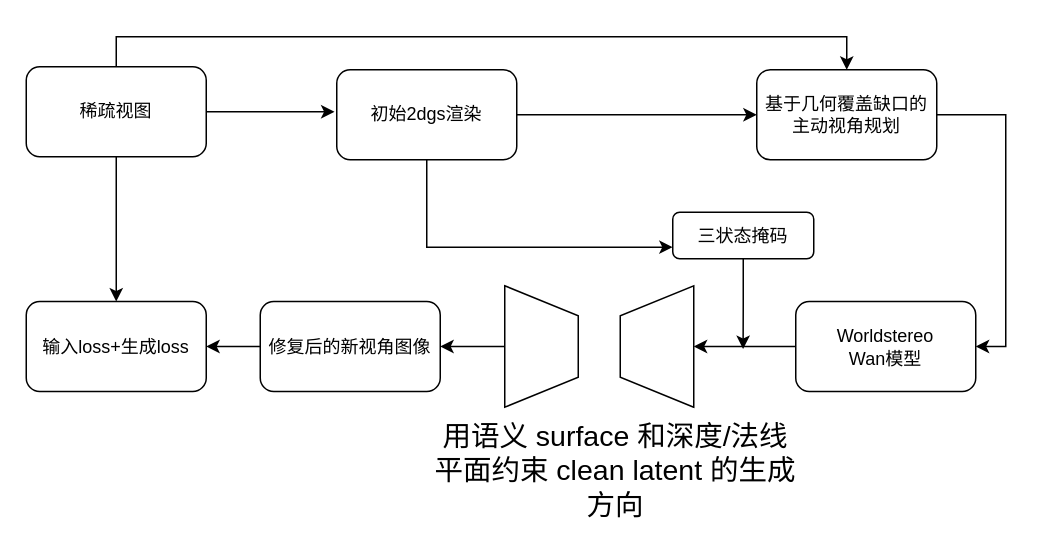
The draw.io diagram pipelineICLR.drawio in zzcPeace/draw.io, before the edit. Source tidied: cells renumbered, new cells numbered last; positions are measured from the earlier drawing's top-left corner, leaving out a move shared by most shapes. Both pictures are drawn from the tidied source at 150%, with x=0, y=0 at pixel (26, 66).
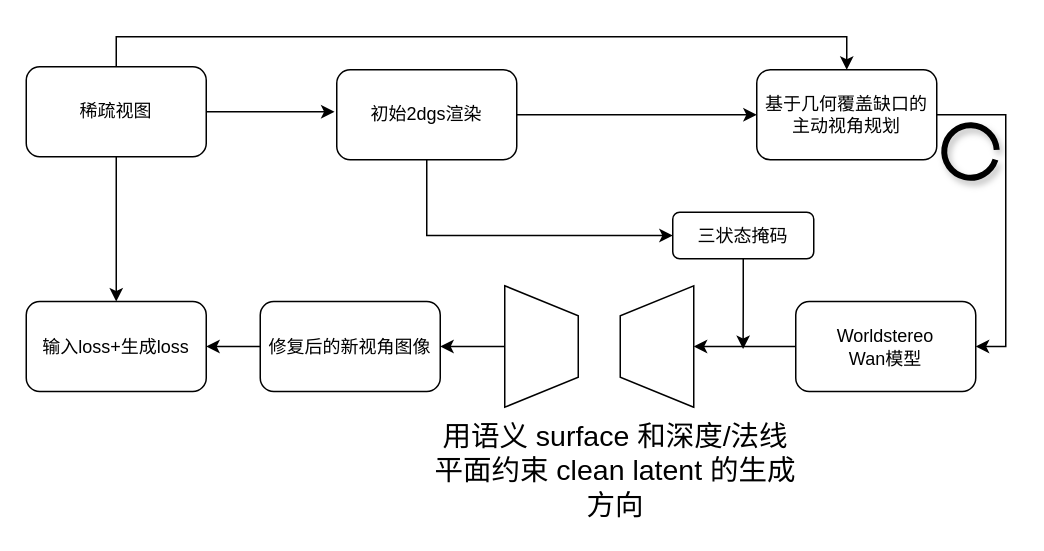
The same diagram, later.

The change refers to these unchanged cells:
```xml
<mxCell id="8" value="初始2dgs渲染" style="rounded=1;whiteSpace=wrap;html=1;" parent="1" vertex="1">
  <mxGeometry x="207" y="2" width="120" height="60" as="geometry" />
</mxCell>
<mxCell id="20" value="三状态掩码" style="rounded=1;whiteSpace=wrap;html=1;" parent="1" vertex="1">
  <mxGeometry x="431" y="97" width="94" height="31" as="geometry" />
</mxCell>
```

What changed in the source:
```diff
@@
-    <mxCell id="7" style="edgeStyle=orthogonalEdgeStyle;rounded=0;jettySize=auto;html=1;exitX=0.5;exitY=1;exitDx=0;exitDy=0;entryX=0;entryY=0.75;entryDx=0;entryDy=0;" parent="1" edge="1" source="8" target="20">
+    <mxCell id="7" style="edgeStyle=orthogonalEdgeStyle;rounded=0;jettySize=auto;html=1;exitX=0.5;exitY=1;exitDx=0;exitDy=0;entryX=0;entryY=0.5;entryDx=0;entryDy=0;" parent="1" edge="1" source="8" target="20">
       <mxGeometry relative="1" as="geometry" />
     </mxCell>
@@
+    <mxCell id="22" style="shape=mxgraph.basic.arc;html=1;startAngle=0.3;endAngle=0.24050947724507962;endArrow=block;endFill=1;startSize=2;endSize=2;strokeWidth=4;perimeterSpacing=0;shadow=1;" parent="1" vertex="1">
+      <mxGeometry x="612" y="39" width="35" height="35" as="geometry" />
+    </mxCell>
```
